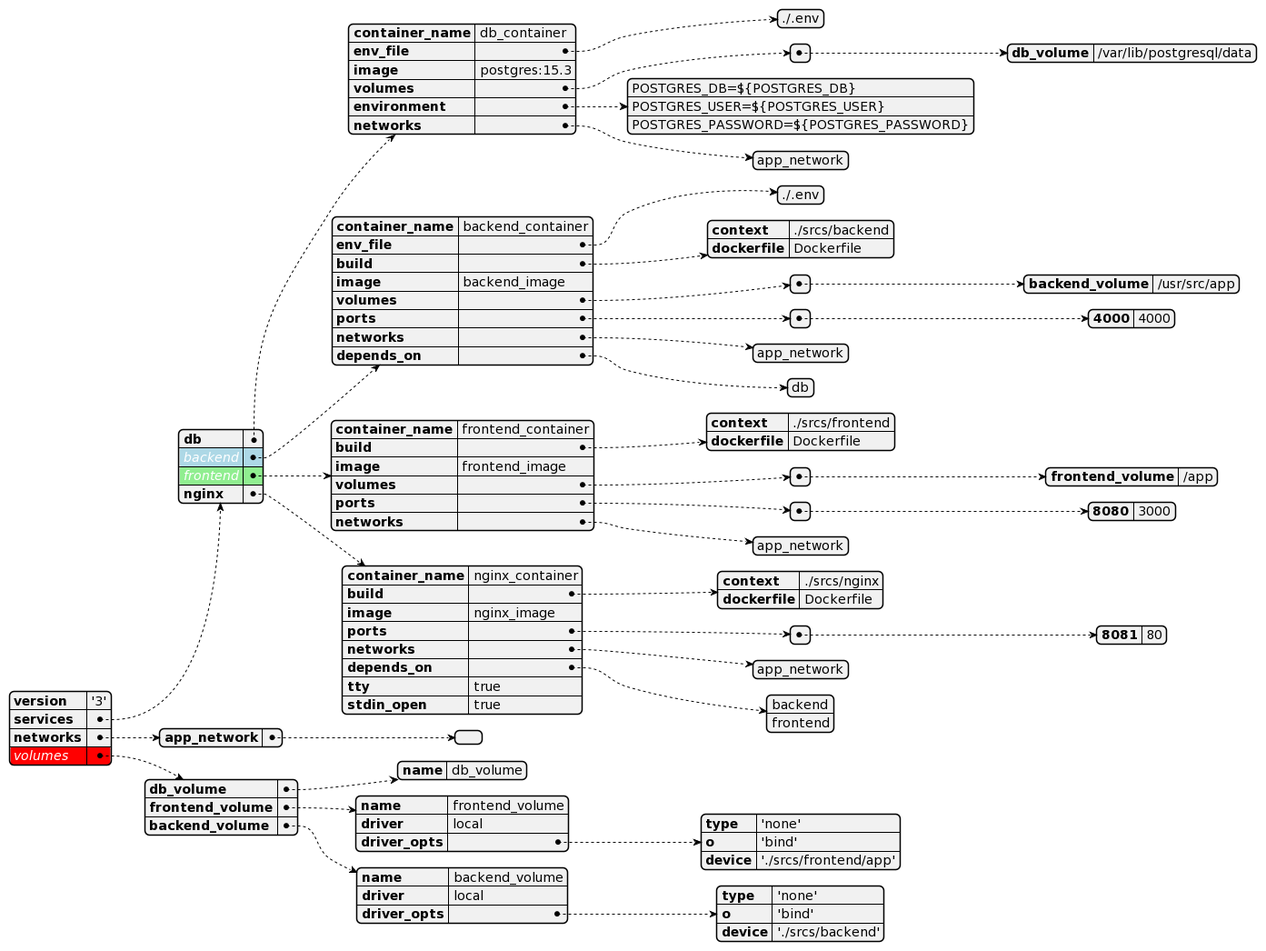
The PlantUML diagram assets/images/dockerStructure.png in Noushhhh/42_TRANSCENDANCE, before a commit. Its diagram source:
```plantuml
@startyaml

<style>
    .h1 {
      BackGroundColor lightblue
      FontColor white
      FontStyle italic
    }
    .h2 {
      BackGroundColor lightgreen
      FontColor white
      FontStyle italic
    }

    .h3 {
      BackGroundColor red
      FontColor white
      FontStyle italic
    }

</style>

#highlight "services" / "backend" <<h1>>
#highlight "services" / "frontend" <<h2>>
#highlight "volumes" <<h3>>

version: '3'

services:
  db:
    container_name: db_container
    env_file:
      - ./.env
    image: postgres:15.3
    volumes:
      - db_volume:/var/lib/postgresql/data
    environment:
      - POSTGRES_DB=${POSTGRES_DB}
      - POSTGRES_USER=${POSTGRES_USER}
      - POSTGRES_PASSWORD=${POSTGRES_PASSWORD}
    networks:
      - app_network

  backend:
    container_name: backend_container
    env_file:
      - ./.env
    build:
      context: ./srcs/backend
      dockerfile: Dockerfile
    image: backend_image
    volumes:
      - backend_volume:/usr/src/app
    ports:
      - 4000:4000
    networks:
      - app_network
    depends_on:
      - db

  frontend:
    container_name: frontend_container
    build:
      context: ./srcs/frontend
      dockerfile: Dockerfile
    image: frontend_image
    volumes:
      - frontend_volume:/app
    ports:
      - 8080:3000
    networks:
      - app_network

  nginx:
    container_name: nginx_container
    build:
      context: ./srcs/nginx
      dockerfile: Dockerfile
    image: nginx_image
    ports:
      - 8081:80
    networks:
      - app_network
    depends_on:
      - backend
      - frontend
    tty: true
    stdin_open: true

networks:
  app_network:

volumes:
  db_volume:
    name: db_volume
  frontend_volume:
    name: frontend_volume
    driver: local
    driver_opts:
      type: 'none'
      o: 'bind'
      device: './srcs/frontend/app'
  backend_volume:
    name: backend_volume
    driver: local
    driver_opts:
      type: 'none'
      o: 'bind'
      device: './srcs/backend'

@endyaml
```
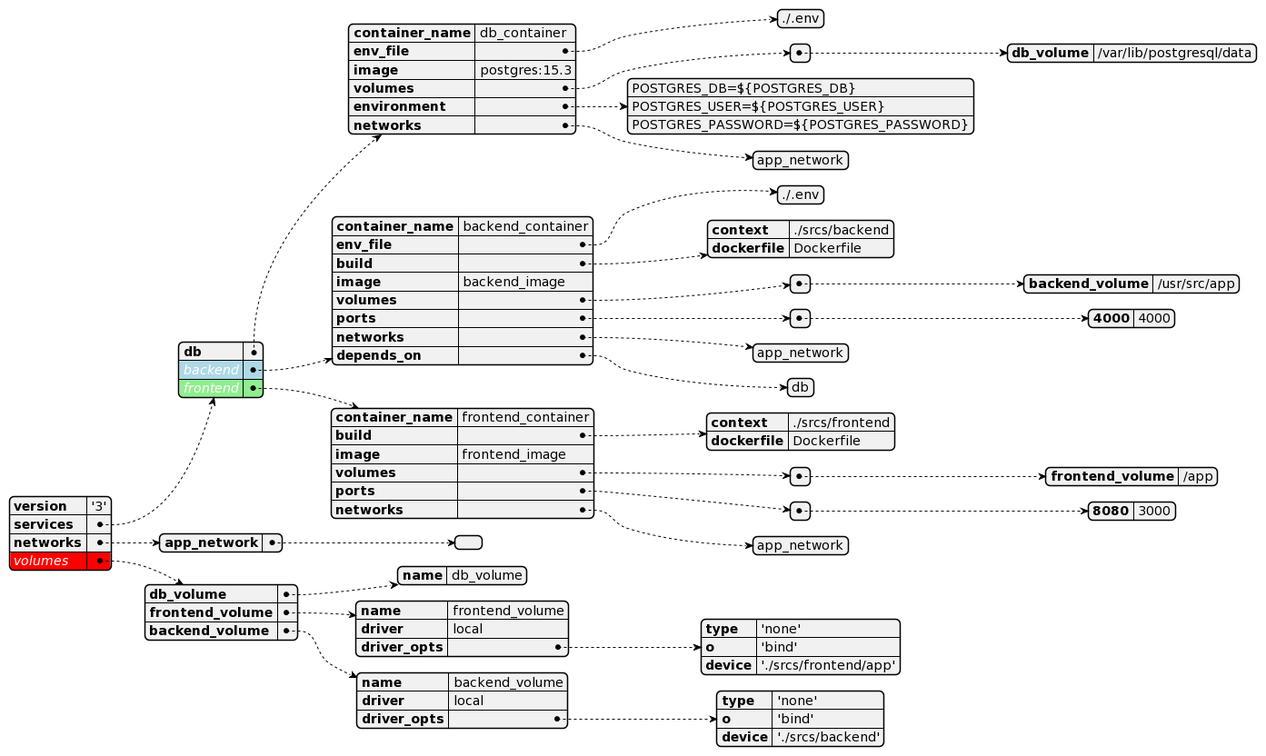
Later version of the same file.

The edit, as a diff of the source:
```diff
@@ -71,22 +71,6 @@
     networks:
       - app_network
 
-  nginx:
-    container_name: nginx_container
-    build:
-      context: ./srcs/nginx
-      dockerfile: Dockerfile
-    image: nginx_image
-    ports:
-      - 8081:80
-    networks:
-      - app_network
-    depends_on:
-      - backend
-      - frontend
-    tty: true
-    stdin_open: true
-
 networks:
   app_network:
 
```
